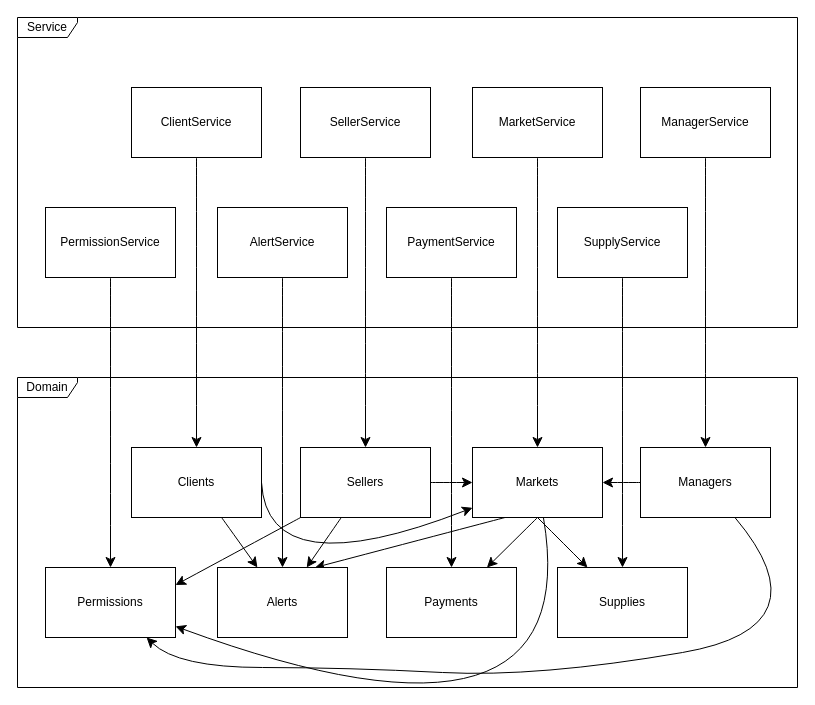
The draw.io diagram docs/ArchitectureDiagram.drawio in noamalu/Ecommerce-System, before the edit. Source tidied: cells renumbered, new cells numbered last; positions are measured from the earlier drawing's top-left corner, leaving out a move shared by most shapes. Both pictures are drawn from the tidied source at 100%, with x=0, y=0 at pixel (17, 17).
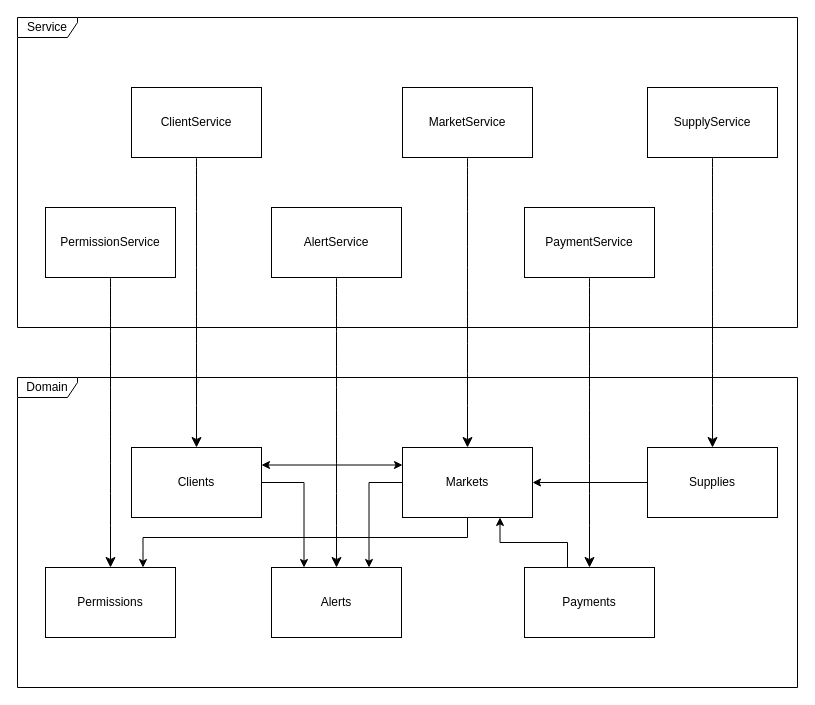
The same page after the edit.

The change refers to these unchanged cells:
```xml
<mxCell id="20" value="Clients" style="html=1;whiteSpace=wrap;" parent="1" vertex="1">
  <mxGeometry x="114" y="430" width="130" height="70" as="geometry" />
</mxCell>
<mxCell id="38" value="&lt;div&gt;Permissions&lt;/div&gt;" style="html=1;whiteSpace=wrap;" parent="1" vertex="1">
  <mxGeometry x="28" y="550" width="130" height="70" as="geometry" />
</mxCell>
```

Change to the diagram source:
```diff
@@
-    <mxCell id="5" style="edgeStyle=none;curved=1;rounded=0;jettySize=auto;html=1;fontSize=12;startSize=8;endSize=8;" parent="1" edge="1" source="6" target="24">
-      <mxGeometry relative="1" as="geometry" />
+    <mxCell id="5" style="edgeStyle=none;curved=1;rounded=0;orthogonalLoop=1;jettySize=auto;html=1;fontSize=12;startSize=8;endSize=8;" parent="1" edge="1">
+      <mxGeometry relative="1" as="geometry">
+        <mxPoint x="348" y="430" as="targetPoint" />
+      </mxGeometry>
     </mxCell>
-    <mxCell id="6" value="SellerService" style="html=1;whiteSpace=wrap;" parent="1" vertex="1">
-      <mxGeometry x="283" y="70" width="130" height="70" as="geometry" />
-    </mxCell>
@@
     <mxCell id="8" value="MarketService" style="html=1;whiteSpace=wrap;" parent="1" vertex="1">
-      <mxGeometry x="455" y="70" width="130" height="70" as="geometry" />
+      <mxGeometry x="385" y="70" width="130" height="70" as="geometry" />
     </mxCell>
@@
     <mxCell id="10" value="PaymentService" style="html=1;whiteSpace=wrap;" parent="1" vertex="1">
-      <mxGeometry x="369" y="190" width="130" height="70" as="geometry" />
+      <mxGeometry x="507" y="190" width="130" height="70" as="geometry" />
     </mxCell>
@@
     <mxCell id="12" value="SupplyService" style="html=1;whiteSpace=wrap;" parent="1" vertex="1">
-      <mxGeometry x="540" y="190" width="130" height="70" as="geometry" />
+      <mxGeometry x="630" y="70" width="130" height="70" as="geometry" />
     </mxCell>
@@
     <mxCell id="14" value="AlertService" style="html=1;whiteSpace=wrap;" parent="1" vertex="1">
-      <mxGeometry x="200" y="190" width="130" height="70" as="geometry" />
+      <mxGeometry x="254" y="190" width="130" height="70" as="geometry" />
     </mxCell>
-    <mxCell id="15" style="edgeStyle=none;curved=1;rounded=0;jettySize=auto;html=1;fontSize=12;startSize=8;endSize=8;" parent="1" edge="1" source="16" target="35">
-      <mxGeometry relative="1" as="geometry" />
-    </mxCell>
-    <mxCell id="16" value="ManagerService" style="html=1;whiteSpace=wrap;" parent="1" vertex="1">
-      <mxGeometry x="623" y="70" width="130" height="70" as="geometry" />
-    </mxCell>
@@
-    <mxCell id="18" style="edgeStyle=none;curved=1;rounded=0;jettySize=auto;html=1;exitX=1;exitY=0.5;exitDx=0;exitDy=0;fontSize=12;startSize=8;endSize=8;" parent="1" edge="1" source="20" target="29">
-      <mxGeometry relative="1" as="geometry">
-        <Array as="points">
-          <mxPoint x="250" y="570" />
-        </Array>
-      </mxGeometry>
-    </mxCell>
-    <mxCell id="19" style="edgeStyle=none;curved=1;rounded=0;jettySize=auto;html=1;fontSize=12;startSize=8;endSize=8;" parent="1" edge="1" source="20" target="32">
+    <mxCell id="19" style="edgeStyle=orthogonalEdgeStyle;rounded=0;jettySize=auto;html=1;entryX=0.25;entryY=0;entryDx=0;entryDy=0;" parent="1" edge="1" source="20" target="32">
       <mxGeometry relative="1" as="geometry" />
     </mxCell>
@@
-    <mxCell id="21" style="edgeStyle=none;curved=1;rounded=0;jettySize=auto;html=1;fontSize=12;startSize=8;endSize=8;" parent="1" edge="1" source="24" target="29">
-      <mxGeometry relative="1" as="geometry" />
-    </mxCell>
-    <mxCell id="22" style="edgeStyle=none;curved=1;rounded=0;jettySize=auto;html=1;fontSize=12;startSize=8;endSize=8;" parent="1" edge="1" source="24" target="32">
-      <mxGeometry relative="1" as="geometry" />
-    </mxCell>
-    <mxCell id="23" style="edgeStyle=none;curved=1;rounded=0;jettySize=auto;html=1;entryX=1;entryY=0.25;entryDx=0;entryDy=0;fontSize=12;startSize=8;endSize=8;" parent="1" edge="1" source="24" target="38">
-      <mxGeometry relative="1" as="geometry" />
-    </mxCell>
-    <mxCell id="24" value="Sellers" style="html=1;whiteSpace=wrap;" parent="1" vertex="1">
-      <mxGeometry x="283" y="430" width="130" height="70" as="geometry" />
-    </mxCell>
-    <mxCell id="25" style="edgeStyle=none;curved=1;rounded=0;jettySize=auto;html=1;fontSize=12;startSize=8;endSize=8;exitX=0.5;exitY=1;exitDx=0;exitDy=0;" parent="1" edge="1" source="29" target="30">
-      <mxGeometry relative="1" as="geometry" />
-    </mxCell>
-    <mxCell id="26" style="edgeStyle=none;curved=1;rounded=0;jettySize=auto;html=1;entryX=0.75;entryY=0;entryDx=0;entryDy=0;fontSize=12;startSize=8;endSize=8;exitX=0.25;exitY=1;exitDx=0;exitDy=0;" parent="1" edge="1" source="29" target="32">
+    <mxCell id="26" style="edgeStyle=orthogonalEdgeStyle;rounded=0;jettySize=auto;html=1;entryX=0.75;entryY=0;entryDx=0;entryDy=0;" parent="1" edge="1" source="29" target="32">
       <mxGeometry relative="1" as="geometry" />
     </mxCell>
-    <mxCell id="27" style="edgeStyle=none;curved=1;rounded=0;jettySize=auto;html=1;exitX=0.5;exitY=1;exitDx=0;exitDy=0;fontSize=12;startSize=8;endSize=8;" parent="1" edge="1" source="29" target="31">
-      <mxGeometry relative="1" as="geometry">
-        <Array as="points">
-          <mxPoint x="550" y="530" />
-        </Array>
-      </mxGeometry>
-    </mxCell>
-    <mxCell id="28" style="edgeStyle=none;curved=1;rounded=0;jettySize=auto;html=1;fontSize=12;startSize=8;endSize=8;" parent="1" edge="1" source="29" target="38">
+    <mxCell id="28" style="edgeStyle=orthogonalEdgeStyle;rounded=0;jettySize=auto;html=1;entryX=0.75;entryY=0;entryDx=0;entryDy=0;" parent="1" edge="1" source="29" target="38">
       <mxGeometry relative="1" as="geometry">
         <Array as="points">
-          <mxPoint x="570" y="760" />
+          <mxPoint x="450" y="520" />
+          <mxPoint x="126" y="520" />
         </Array>
       </mxGeometry>
     </mxCell>
+    <mxCell id="39" style="edgeStyle=orthogonalEdgeStyle;rounded=0;jettySize=auto;html=1;exitX=0;exitY=0.25;exitDx=0;exitDy=0;entryX=1;entryY=0.25;entryDx=0;entryDy=0;startArrow=classic;startFill=1;" parent="1" edge="1" source="29" target="20">
+      <mxGeometry relative="1" as="geometry" />
+    </mxCell>
     <mxCell id="29" value="Markets" style="html=1;whiteSpace=wrap;" parent="1" vertex="1">
-      <mxGeometry x="455" y="430" width="130" height="70" as="geometry" />
+      <mxGeometry x="385" y="430" width="130" height="70" as="geometry" />
     </mxCell>
+    <mxCell id="40" style="edgeStyle=orthogonalEdgeStyle;rounded=0;jettySize=auto;html=1;entryX=0.75;entryY=1;entryDx=0;entryDy=0;" parent="1" edge="1" source="30" target="29">
+      <mxGeometry relative="1" as="geometry">
+        <Array as="points">
+          <mxPoint x="550" y="525" />
+          <mxPoint x="483" y="525" />
+        </Array>
+      </mxGeometry>
+    </mxCell>
     <mxCell id="30" value="Payments" style="html=1;whiteSpace=wrap;" parent="1" vertex="1">
-      <mxGeometry x="369" y="550" width="130" height="70" as="geometry" />
+      <mxGeometry x="507" y="550" width="130" height="70" as="geometry" />
     </mxCell>
+    <mxCell id="41" style="edgeStyle=orthogonalEdgeStyle;rounded=0;jettySize=auto;html=1;entryX=1;entryY=0.5;entryDx=0;entryDy=0;" parent="1" edge="1" source="31" target="29">
+      <mxGeometry relative="1" as="geometry" />
+    </mxCell>
     <mxCell id="31" value="Supplies" style="html=1;whiteSpace=wrap;" parent="1" vertex="1">
-      <mxGeometry x="540" y="550" width="130" height="70" as="geometry" />
+      <mxGeometry x="630" y="430" width="130" height="70" as="geometry" />
     </mxCell>
     <mxCell id="32" value="Alerts" style="html=1;whiteSpace=wrap;" parent="1" vertex="1">
-      <mxGeometry x="200" y="550" width="130" height="70" as="geometry" />
+      <mxGeometry x="254" y="550" width="130" height="70" as="geometry" />
     </mxCell>
-    <mxCell id="33" style="edgeStyle=none;curved=1;rounded=0;jettySize=auto;html=1;exitX=0;exitY=0.5;exitDx=0;exitDy=0;entryX=1;entryY=0.5;entryDx=0;entryDy=0;fontSize=12;startSize=8;endSize=8;" parent="1" edge="1" source="35" target="29">
-      <mxGeometry relative="1" as="geometry" />
-    </mxCell>
-    <mxCell id="34" style="edgeStyle=none;curved=1;rounded=0;jettySize=auto;html=1;fontSize=12;startSize=8;endSize=8;" parent="1" edge="1" source="35" target="38">
-      <mxGeometry relative="1" as="geometry">
-        <Array as="points">
-          <mxPoint x="810" y="610" />
-          <mxPoint x="520" y="660" />
-          <mxPoint x="330" y="650" />
-          <mxPoint x="160" y="650" />
-        </Array>
-      </mxGeometry>
-    </mxCell>
-    <mxCell id="35" value="Managers" style="html=1;whiteSpace=wrap;" parent="1" vertex="1">
-      <mxGeometry x="623" y="430" width="130" height="70" as="geometry" />
-    </mxCell>
```
